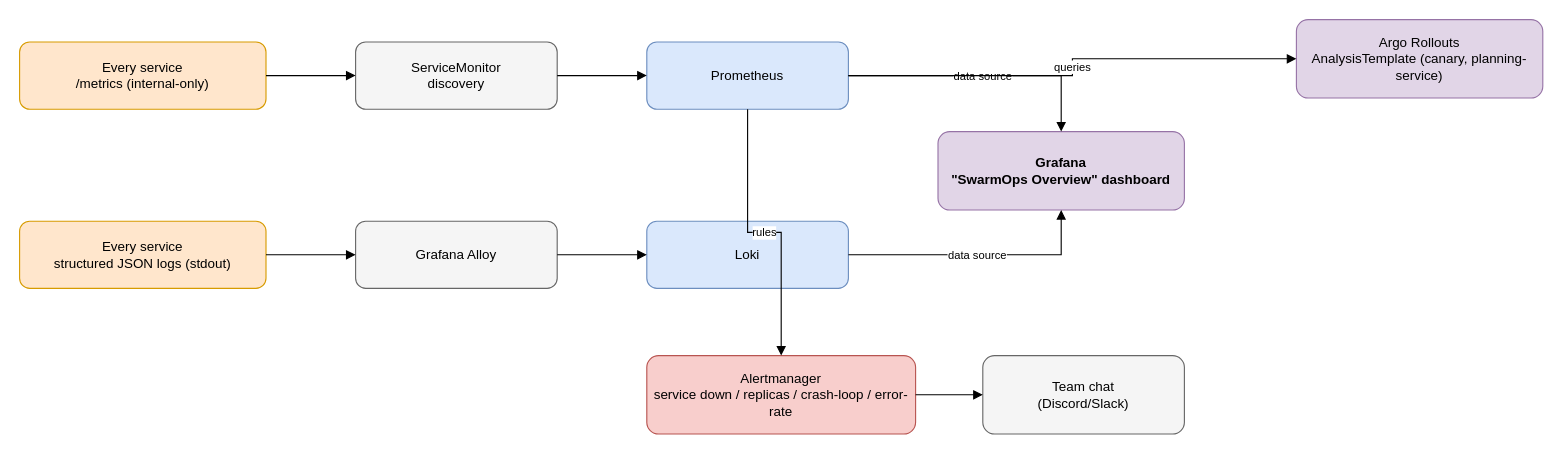
Before: page "6 - Observability Flow" (6 of 14) of architecture.drawio in SwarM-industries/swarmops, a draw.io diagram. Source tidied: cells renumbered, new cells numbered last; positions are measured from the earlier drawing's top-left corner, leaving out a move shared by most shapes. Both pictures are drawn from the tidied source at 112%, with x=0, y=0 at pixel (19, 19).
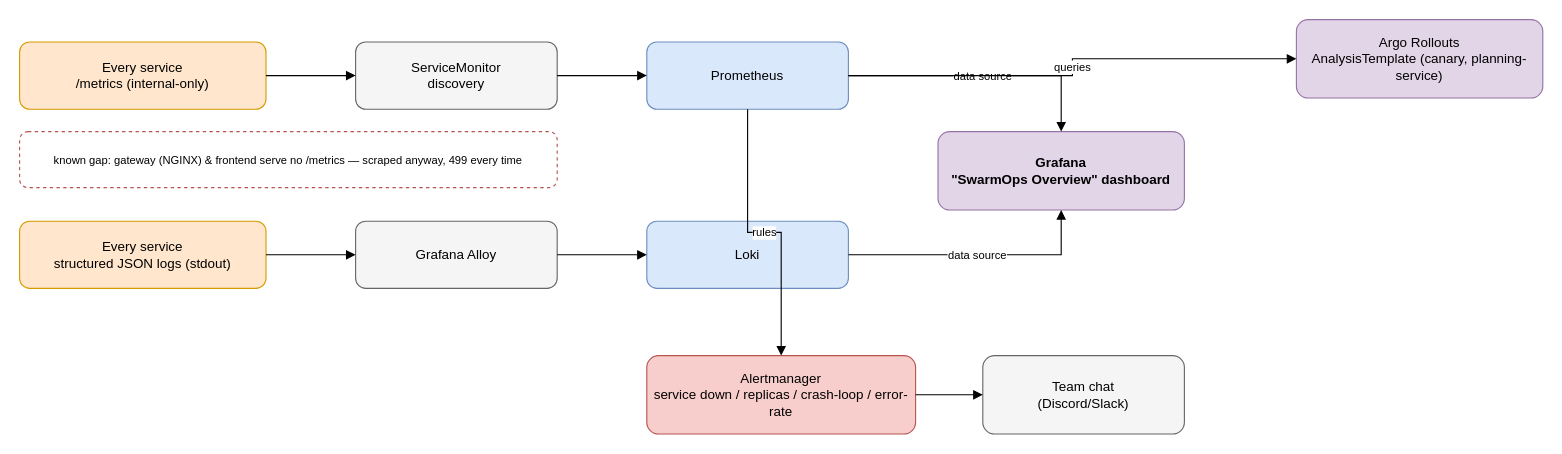
Above is the later version.

Change to the diagram source:
```diff
@@
+    <mxCell id="21" value="known gap: gateway (NGINX) &amp; frontend serve no /metrics — scraped anyway, 499 every time" style="rounded=1;whiteSpace=wrap;html=1;fillColor=none;strokeColor=#b85450;dashed=1;fontSize=10;" parent="1" vertex="1">
+      <mxGeometry y="100" width="480" height="50" as="geometry" />
+    </mxCell>
```
